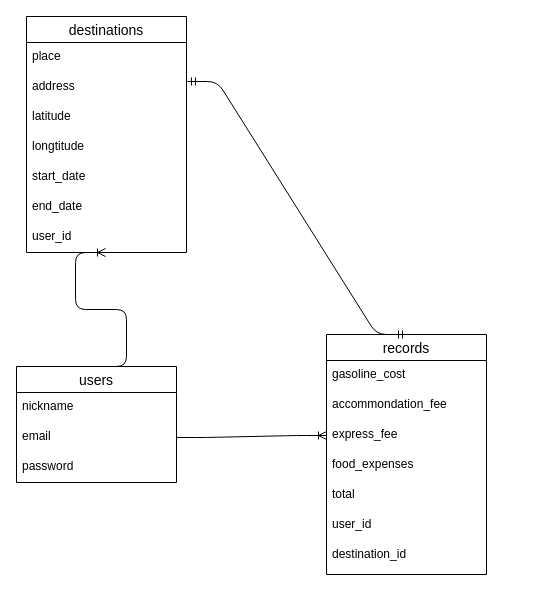
sken100627/travel_memory keeps this draw.io diagram as travel_memory.dio. Above is the earlier version. Source tidied: cells renumbered, new cells numbered last; positions are measured from the earlier drawing's top-left corner, leaving out a move shared by most shapes. Both pictures are drawn from the tidied source at 100%, with x=0, y=0 at pixel (16, 16).
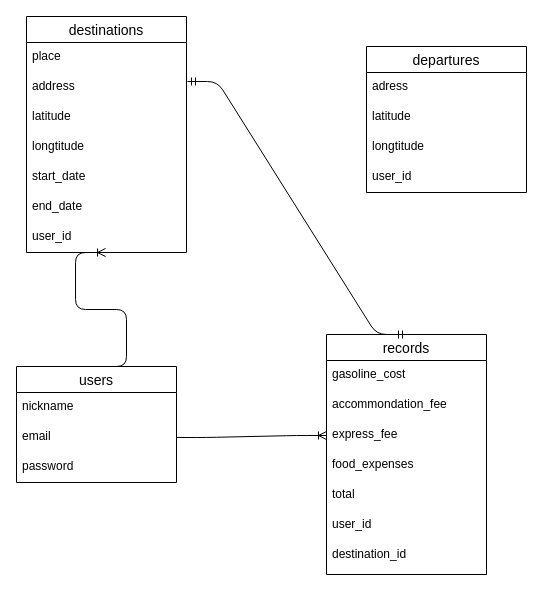
The same page after the edit.

What changed in the source:
```diff
@@
+    <mxCell id="25" value="departures" style="swimlane;fontStyle=0;horizontal=1;startSize=26;align=center;fontSize=14;" parent="1" vertex="1">
+      <mxGeometry x="350" y="30" width="160" height="146" as="geometry" />
+    </mxCell>
+    <mxCell id="26" value="adress&#10;" style="text;strokeColor=none;fillColor=none;spacingLeft=4;spacingRight=4;overflow=hidden;fontSize=12;" parent="25" vertex="1">
+      <mxGeometry y="26" width="160" height="30" as="geometry" />
+    </mxCell>
+    <mxCell id="27" value="latitude&#10;" style="text;strokeColor=none;fillColor=none;spacingLeft=4;spacingRight=4;overflow=hidden;fontSize=12;" parent="25" vertex="1">
+      <mxGeometry y="56" width="160" height="30" as="geometry" />
+    </mxCell>
+    <mxCell id="28" value="longtitude" style="text;strokeColor=none;fillColor=none;spacingLeft=4;spacingRight=4;overflow=hidden;fontSize=12;" parent="25" vertex="1">
+      <mxGeometry y="86" width="160" height="30" as="geometry" />
+    </mxCell>
+    <mxCell id="29" value="user_id" style="text;strokeColor=none;fillColor=none;spacingLeft=4;spacingRight=4;overflow=hidden;fontSize=12;" parent="25" vertex="1">
+      <mxGeometry y="116" width="160" height="30" as="geometry" />
+    </mxCell>
```
